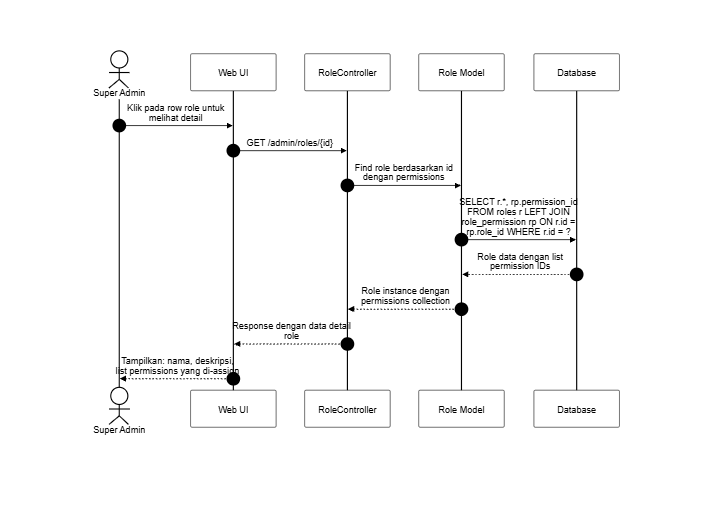
This is docs/SequenceDiagram/PNG_Transparent/KelolaRole-Lihat.png from SulaimanHafi23/SimpegRSHDI, a Mermaid export, as it was before one commit. Its source is kept beside it as docs/SequenceDiagram/KelolaRole-Lihat.mermaid.
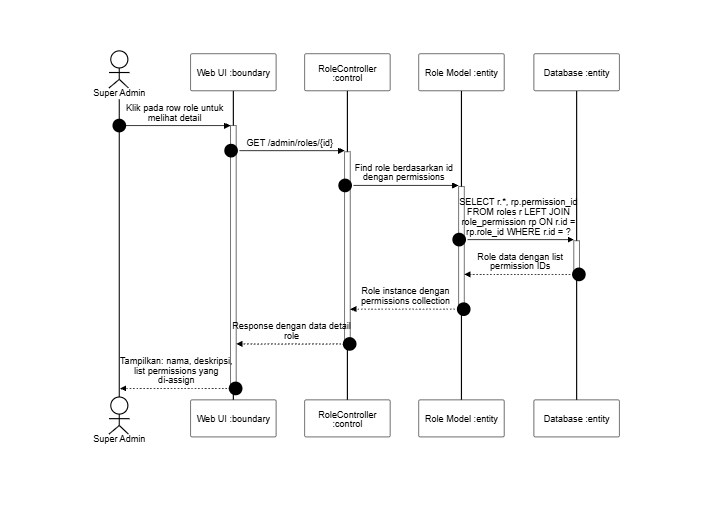
After the commit.

Diff of the diagram source:
```diff
@@ -6,16 +6,16 @@
 sequenceDiagram
     autonumber
     actor SA as Super Admin
-    participant UI as Web UI
-    participant C as RoleController
-    participant R as Role Model
-    participant DB as Database
+    participant UI as Web UI :boundary
+    participant C as RoleController :control
+    participant R as Role Model :entity
+    participant DB as Database :entity
 
-    SA->>UI: Klik pada row role untuk melihat detail
-    UI->>C: GET /admin/roles/{id}
-    C->>R: Find role berdasarkan id dengan permissions
-    R->>DB: SELECT r.*, rp.permission_id FROM roles r LEFT JOIN role_permission rp ON r.id = rp.role_id WHERE r.id = ?
-    DB-->>R: Role data dengan list permission IDs
-    R-->>C: Role instance dengan permissions collection
-    C-->>UI: Response dengan data detail role
-    UI-->>SA: Tampilkan: nama, deskripsi, list permissions yang di-assign
+    SA->>+UI: Klik pada row role untuk melihat detail
+    UI->>+C: GET /admin/roles/{id}
+    C->>+R: Find role berdasarkan id dengan permissions
+    R->>+DB: SELECT r.*, rp.permission_id FROM roles r LEFT JOIN role_permission rp ON r.id = rp.role_id WHERE r.id = ?
+    DB-->>-R: Role data dengan list permission IDs
+    R-->>-C: Role instance dengan permissions collection
+    C-->>-UI: Response dengan data detail role
+    UI-->>-SA: Tampilkan: nama, deskripsi, list permissions yang di-assign
```
